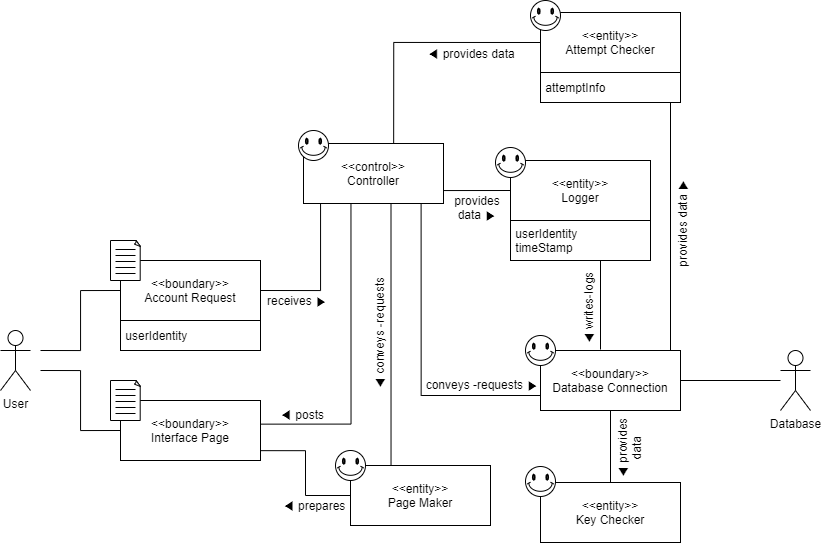
The draw.io diagram docs/DomainModels/diagrams/DM-UC-01.png in youngkwon02/Enhanced-library-management, before a commit. Source tidied: cells renumbered, new cells last; positions are measured from the earlier drawing's top-left corner, leaving out a move shared by most shapes.
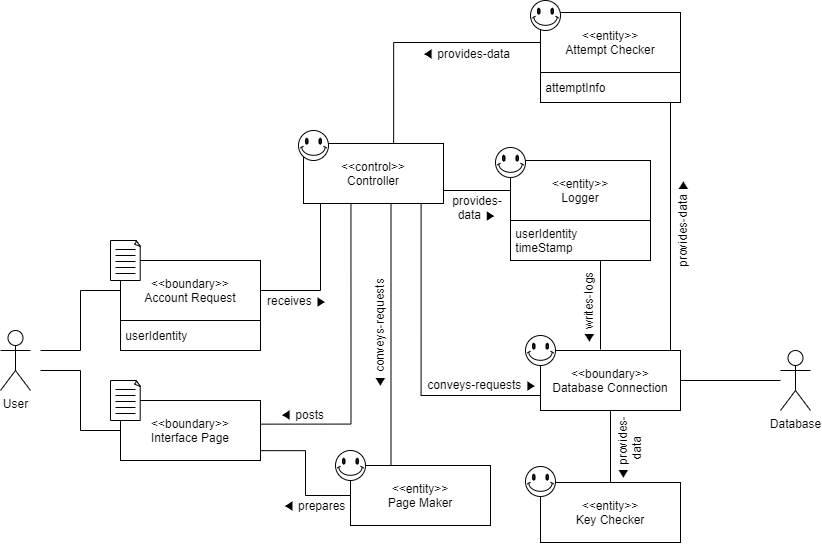
Above is the later version.

The edit, as a diff of the source:
```diff
@@ -242,7 +242,7 @@
     <mxCell id="51" style="verticalLabelPosition=bottom;verticalAlign=top;html=1;shape=mxgraph.basic.smiley;" parent="1" vertex="1">
       <mxGeometry x="525" y="466" width="30" height="30" as="geometry" />
     </mxCell>
-    <mxCell id="52" value="◀ conveys -requests" style="text;html=1;strokeColor=none;fillColor=none;align=center;verticalAlign=middle;whiteSpace=wrap;rounded=0;rotation=-90;" parent="1" vertex="1">
+    <mxCell id="52" value="◀ conveys-requests" style="text;html=1;strokeColor=none;fillColor=none;align=center;verticalAlign=middle;whiteSpace=wrap;rounded=0;rotation=-90;" parent="1" vertex="1">
       <mxGeometry x="314" y="323" width="130" height="20" as="geometry" />
     </mxCell>
     <mxCell id="53" value="◀ prepares" style="text;html=1;strokeColor=none;fillColor=none;align=center;verticalAlign=middle;whiteSpace=wrap;rounded=0;" parent="1" vertex="1">
@@ -251,20 +251,20 @@
     <mxCell id="54" value="receives ▶" style="text;html=1;strokeColor=none;fillColor=none;align=center;verticalAlign=middle;whiteSpace=wrap;rounded=0;" parent="1" vertex="1">
       <mxGeometry x="264" y="290" width="66" height="20" as="geometry" />
     </mxCell>
-    <mxCell id="55" value="conveys -requests ▶" style="text;html=1;strokeColor=none;fillColor=none;align=center;verticalAlign=middle;whiteSpace=wrap;rounded=0;rotation=0;" parent="1" vertex="1">
+    <mxCell id="55" value="conveys-requests ▶" style="text;html=1;strokeColor=none;fillColor=none;align=center;verticalAlign=middle;whiteSpace=wrap;rounded=0;rotation=0;" parent="1" vertex="1">
       <mxGeometry x="417" y="374" width="130" height="20" as="geometry" />
     </mxCell>
     <mxCell id="56" value="◀ writes-logs" style="text;html=1;strokeColor=none;fillColor=none;align=center;verticalAlign=middle;whiteSpace=wrap;rounded=0;rotation=-90;" parent="1" vertex="1">
       <mxGeometry x="538" y="298" width="100" height="20" as="geometry" />
     </mxCell>
-    <mxCell id="57" value="provides data ▶" style="text;html=1;strokeColor=none;fillColor=none;align=center;verticalAlign=middle;whiteSpace=wrap;rounded=0;rotation=-90;" parent="1" vertex="1">
+    <mxCell id="57" value="provides-data ▶" style="text;html=1;strokeColor=none;fillColor=none;align=center;verticalAlign=middle;whiteSpace=wrap;rounded=0;rotation=-90;" parent="1" vertex="1">
       <mxGeometry x="617" y="213" width="130" height="20" as="geometry" />
     </mxCell>
-    <mxCell id="58" value="◀ provides&lt;br&gt;data" style="text;html=1;strokeColor=none;fillColor=none;align=center;verticalAlign=middle;whiteSpace=wrap;rounded=0;rotation=-90;" parent="1" vertex="1">
+    <mxCell id="58" value="◀ provides-data" style="text;html=1;strokeColor=none;fillColor=none;align=center;verticalAlign=middle;whiteSpace=wrap;rounded=0;rotation=-90;" parent="1" vertex="1">
       <mxGeometry x="591" y="438" width="76" height="20" as="geometry" />
     </mxCell>
-    <mxCell id="59" value="◀ provides data" style="text;html=1;strokeColor=none;fillColor=none;align=center;verticalAlign=middle;whiteSpace=wrap;rounded=0;rotation=0;" parent="1" vertex="1">
-      <mxGeometry x="406" y="43" width="130" height="20" as="geometry" />
+    <mxCell id="59" value="◀ provides-data" style="text;html=1;strokeColor=none;fillColor=none;align=center;verticalAlign=middle;whiteSpace=wrap;rounded=0;rotation=0;" parent="1" vertex="1">
+      <mxGeometry x="401" y="43" width="130" height="20" as="geometry" />
     </mxCell>
     <mxCell id="60" value="◀ posts" style="text;html=1;strokeColor=none;fillColor=none;align=center;verticalAlign=middle;whiteSpace=wrap;rounded=0;" parent="1" vertex="1">
       <mxGeometry x="269" y="404" width="66" height="20" as="geometry" />
@@ -272,7 +272,7 @@
     <mxCell id="61" style="edgeStyle=orthogonalEdgeStyle;rounded=0;jettySize=auto;html=1;exitX=0;exitY=0.5;exitDx=0;exitDy=0;entryX=0.644;entryY=0;entryDx=0;entryDy=0;entryPerimeter=0;startArrow=none;startFill=0;endArrow=none;endFill=0;" parent="1" edge="1" source="20" target="7">
       <mxGeometry relative="1" as="geometry" />
     </mxCell>
-    <mxCell id="62" value="provides&lt;br&gt;data ▶" style="text;html=1;strokeColor=none;fillColor=none;align=center;verticalAlign=middle;whiteSpace=wrap;rounded=0;rotation=0;" parent="1" vertex="1">
+    <mxCell id="62" value="provides-data ▶" style="text;html=1;strokeColor=none;fillColor=none;align=center;verticalAlign=middle;whiteSpace=wrap;rounded=0;rotation=0;" parent="1" vertex="1">
       <mxGeometry x="444" y="197" width="66" height="20" as="geometry" />
     </mxCell>
   </root>
```
